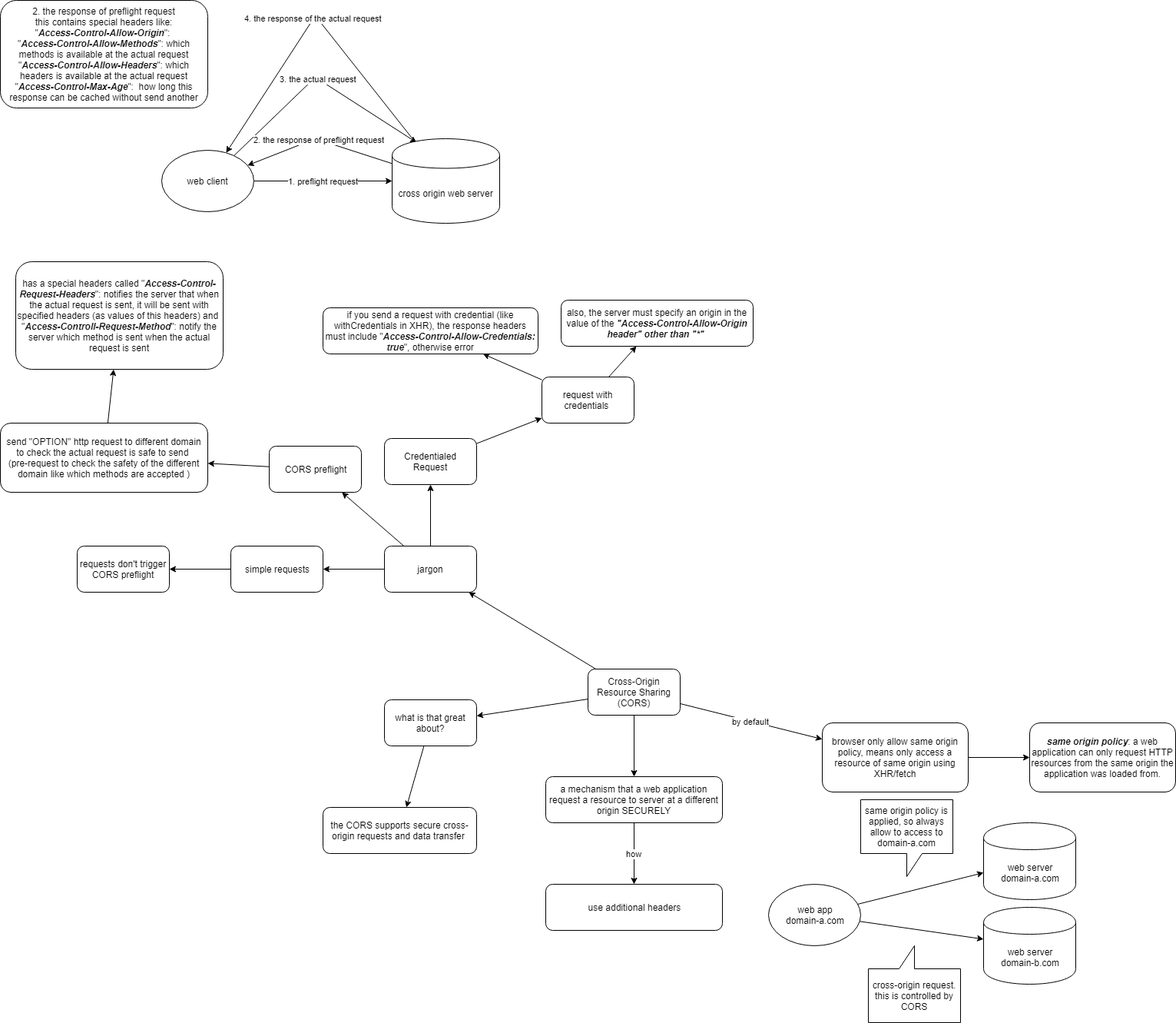
Earlier version of the draw.io export CORS_concept.PNG (stsiwo/rest_api_concept). Source tidied: cells renumbered, new cells last; positions are measured from the earlier drawing's top-left corner, leaving out a move shared by most shapes.
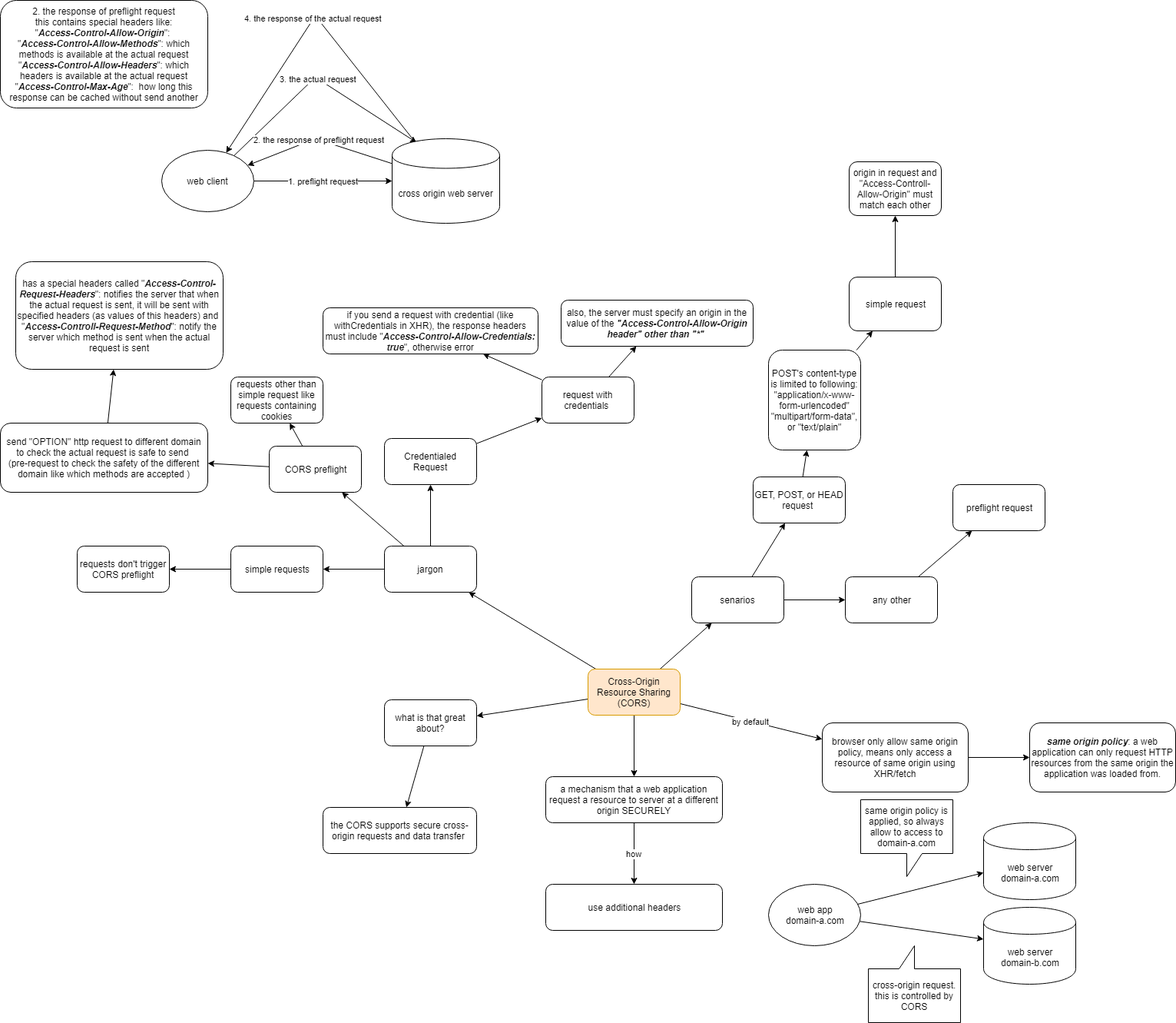
After the change.

Change to the diagram source:
```diff
@@ -14,9 +14,51 @@
     <mxCell id="5" style="edgeStyle=none;rounded=0;html=1;jettySize=auto;" parent="1" edge="1" source="6" target="10">
       <mxGeometry relative="1" as="geometry" />
     </mxCell>
+    <mxCell id="49" style="edgeStyle=none;rounded=0;html=1;jettySize=auto;" parent="1" edge="1" source="6" target="52">
+      <mxGeometry relative="1" as="geometry" />
+    </mxCell>
-    <mxCell id="6" value="Cross-Origin Resource Sharing (CORS)" style="rounded=1;whiteSpace=wrap;html=1;" parent="1" vertex="1">
+    <mxCell id="6" value="Cross-Origin Resource Sharing (CORS)" style="rounded=1;whiteSpace=wrap;html=1;fillColor=#ffe6cc;strokeColor=#d79b00;" parent="1" vertex="1">
       <mxGeometry x="765" y="870" width="120" height="60" as="geometry" />
     </mxCell>
+    <mxCell id="50" style="edgeStyle=none;rounded=0;html=1;jettySize=auto;" parent="1" edge="1" source="52" target="57">
+      <mxGeometry relative="1" as="geometry" />
+    </mxCell>
+    <mxCell id="51" style="edgeStyle=none;rounded=0;html=1;jettySize=auto;" parent="1" edge="1" source="52" target="54">
+      <mxGeometry relative="1" as="geometry" />
+    </mxCell>
+    <mxCell id="52" value="senarios" style="rounded=1;whiteSpace=wrap;html=1;fillColor=#ffffff;strokeColor=#000000;" parent="1" vertex="1">
+      <mxGeometry x="900" y="750" width="120" height="60" as="geometry" />
+    </mxCell>
+    <mxCell id="53" style="edgeStyle=none;rounded=0;html=1;jettySize=auto;" parent="1" edge="1" source="54" target="55">
+      <mxGeometry relative="1" as="geometry" />
+    </mxCell>
+    <mxCell id="54" value="any other" style="rounded=1;whiteSpace=wrap;html=1;fillColor=#ffffff;strokeColor=#000000;" parent="1" vertex="1">
+      <mxGeometry x="1100" y="750" width="120" height="60" as="geometry" />
+    </mxCell>
+    <mxCell id="55" value="preflight request" style="rounded=1;whiteSpace=wrap;html=1;fillColor=#ffffff;strokeColor=#000000;" parent="1" vertex="1">
+      <mxGeometry x="1240" y="630" width="120" height="60" as="geometry" />
+    </mxCell>
+    <mxCell id="56" style="edgeStyle=none;rounded=0;html=1;jettySize=auto;" parent="1" edge="1" source="57" target="59">
+      <mxGeometry relative="1" as="geometry" />
+    </mxCell>
+    <mxCell id="57" value="GET, POST, or HEAD request&amp;nbsp;" style="rounded=1;whiteSpace=wrap;html=1;fillColor=#ffffff;strokeColor=#000000;" parent="1" vertex="1">
+      <mxGeometry x="980" y="620" width="120" height="60" as="geometry" />
+    </mxCell>
+    <mxCell id="58" style="edgeStyle=none;rounded=0;html=1;jettySize=auto;" parent="1" edge="1" source="59" target="61">
+      <mxGeometry relative="1" as="geometry" />
+    </mxCell>
+    <mxCell id="59" value="POST's content-type is limited to following:&lt;br&gt;&quot;application/x-www-form-urlencoded&quot;&lt;br&gt;&quot;multipart/form-data&quot;, or &quot;text/plain&quot;&lt;br&gt;" style="rounded=1;whiteSpace=wrap;html=1;fillColor=#ffffff;strokeColor=#000000;" parent="1" vertex="1">
+      <mxGeometry x="1000" y="455" width="120" height="130" as="geometry" />
+    </mxCell>
+    <mxCell id="60" style="edgeStyle=none;rounded=0;html=1;jettySize=auto;" parent="1" edge="1" source="61" target="62">
+      <mxGeometry relative="1" as="geometry" />
+    </mxCell>
+    <mxCell id="61" value="simple request" style="rounded=1;whiteSpace=wrap;html=1;fillColor=#ffffff;strokeColor=#000000;" parent="1" vertex="1">
+      <mxGeometry x="1105" y="360" width="120" height="70" as="geometry" />
+    </mxCell>
+    <mxCell id="62" value="origin in request and &quot;Access-Controll-Allow-Origin&quot; must match each other" style="rounded=1;whiteSpace=wrap;html=1;fillColor=#ffffff;strokeColor=#000000;" parent="1" vertex="1">
+      <mxGeometry x="1105" y="210" width="120" height="70" as="geometry" />
+    </mxCell>
     <mxCell id="7" style="edgeStyle=none;rounded=0;html=1;jettySize=auto;" parent="1" edge="1" source="10" target="24">
       <mxGeometry relative="1" as="geometry" />
     </mxCell>
@@ -53,9 +95,15 @@
     <mxCell id="18" style="edgeStyle=none;rounded=0;html=1;jettySize=auto;" parent="1" edge="1" source="19" target="21">
       <mxGeometry relative="1" as="geometry" />
     </mxCell>
+    <mxCell id="63" style="edgeStyle=none;rounded=0;html=1;jettySize=auto;" parent="1" edge="1" source="19" target="64">
+      <mxGeometry relative="1" as="geometry" />
+    </mxCell>
     <mxCell id="19" value="CORS preflight" style="rounded=1;whiteSpace=wrap;html=1;" parent="1" vertex="1">
       <mxGeometry x="350" y="580" width="120" height="60" as="geometry" />
     </mxCell>
+    <mxCell id="64" value="requests other than simple request like requests containing cookies" style="rounded=1;whiteSpace=wrap;html=1;" parent="1" vertex="1">
+      <mxGeometry x="300" y="490" width="120" height="60" as="geometry" />
+    </mxCell>
     <mxCell id="20" style="edgeStyle=none;rounded=0;html=1;jettySize=auto;" parent="1" edge="1" source="21" target="22">
       <mxGeometry relative="1" as="geometry" />
     </mxCell>
```
